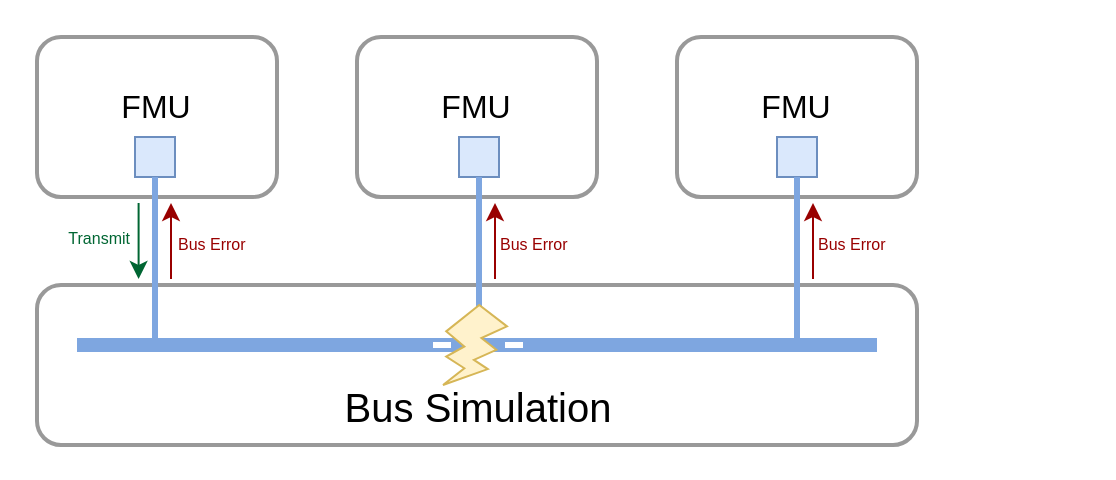
Above: docs/images/ethernet_error_handling_overview.drawio in modelica/fmi-ls-bus (draw.io), before the change. Source tidied: cells renumbered, new cells numbered last; positions are measured from the earlier drawing's top-left corner, leaving out a move shared by most shapes. Both pictures are drawn from the tidied source at 200%, with x=0, y=0 at pixel (36, 36).
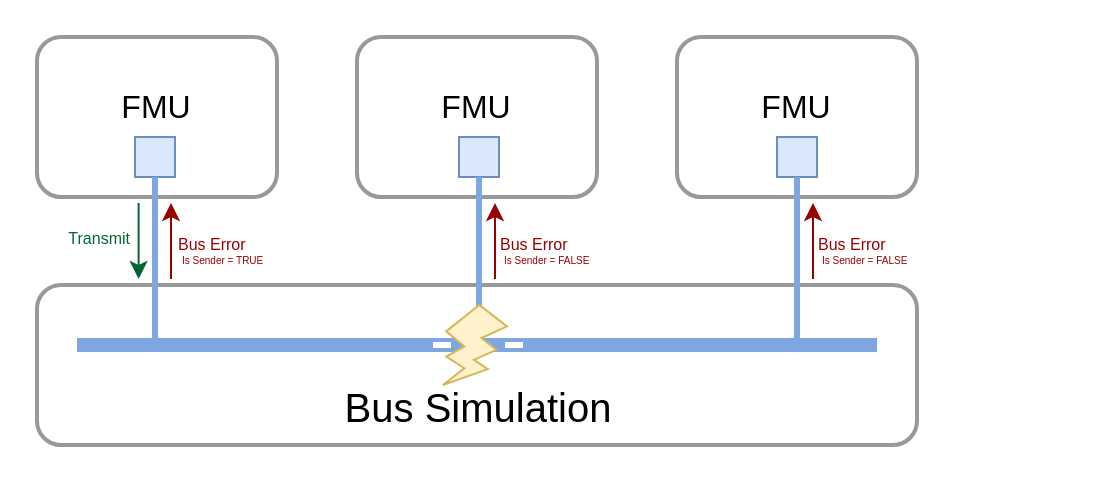
After the change.

Commit message (it also covers changes not shown here):
Fixed some ethernet images and typos

Change to the diagram source:
```diff
@@
+    <mxCell id="27" value="Is Sender = FALSE&lt;br style=&quot;font-size: 5px;&quot;&gt;&lt;div&gt;&lt;br&gt;&lt;/div&gt;" style="text;html=1;strokeColor=none;fillColor=none;align=left;verticalAlign=middle;whiteSpace=wrap;rounded=0;fontSize=5;fontColor=#990000;" parent="1" vertex="1">
+      <mxGeometry x="232" y="109" width="132" height="10" as="geometry" />
+    </mxCell>
+    <mxCell id="28" value="Is Sender = FALSE&lt;br style=&quot;font-size: 5px;&quot;&gt;&lt;div&gt;&lt;br&gt;&lt;/div&gt;" style="text;html=1;strokeColor=none;fillColor=none;align=left;verticalAlign=middle;whiteSpace=wrap;rounded=0;fontSize=5;fontColor=#990000;" parent="1" vertex="1">
+      <mxGeometry x="391" y="109" width="132" height="10" as="geometry" />
+    </mxCell>
+    <mxCell id="29" value="Is Sender = TRUE&lt;br&gt;&lt;div&gt;&lt;br&gt;&lt;/div&gt;" style="text;html=1;strokeColor=none;fillColor=none;align=left;verticalAlign=middle;whiteSpace=wrap;rounded=0;fontSize=5;fontColor=#990000;" parent="1" vertex="1">
+      <mxGeometry x="71" y="109" width="132" height="10" as="geometry" />
+    </mxCell>
```
